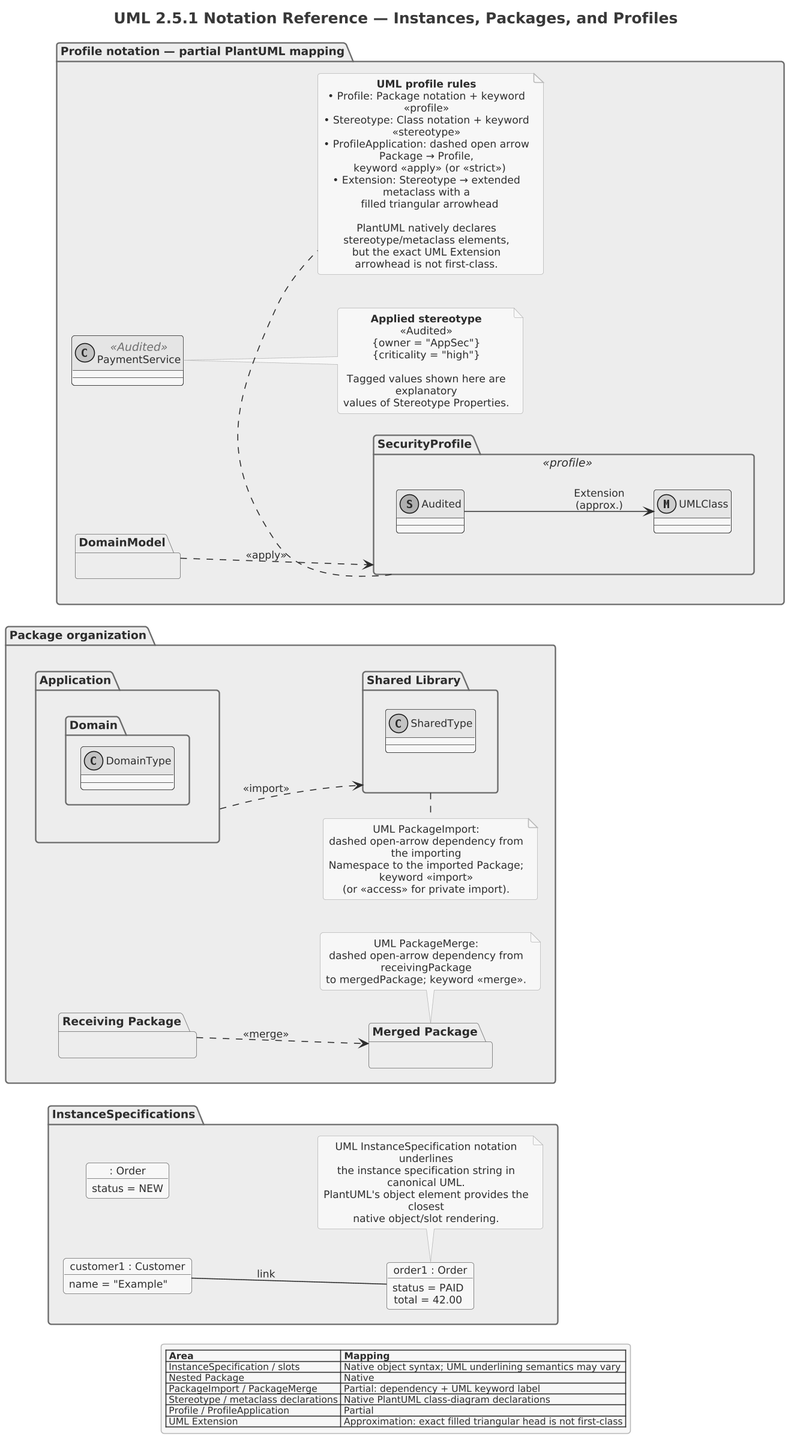
Earlier version of the PlantUML export src/architecture/uml/uml-2-5-1-legend/png/02-instances-packages-profiles.png (Notoriousjayy/latex-docs). Source of this version:
```plantuml
@startuml

skinparam dpi 150



!include ../../../../tooling/styles/plantuml/structural/package-diagram-style.iuml

title UML 2.5.1 Notation Reference — Instances, Packages, and Profiles
left to right direction
skinparam monochrome true
skinparam classAttributeIconSize 0

package "InstanceSpecifications" {
  object "order1 : Order" as order1 {
    status = PAID
    total = 42.00
  }

  object ": Order" as anonymousOrder {
    status = NEW
  }

  object "customer1 : Customer" as customer1 {
    name = "Example"
  }

  customer1 -- order1 : link

  note bottom of order1
    UML InstanceSpecification notation underlines
    the instance specification string in canonical UML.
    PlantUML's object element provides the closest
    native object/slot rendering.
  end note
}

package "Package organization" {
  package "Application" as Application {
    package "Domain" as DomainPackage {
      class DomainType
    }
  }

  package "Shared Library" as SharedLibrary {
    class SharedType
  }

  package "Receiving Package" as ReceivingPackage {

  }
  package "Merged Package" as MergedPackage {
  }
  Application ..> SharedLibrary : <<import>>
  ReceivingPackage ..> MergedPackage : <<merge>>

  note bottom of SharedLibrary
    UML PackageImport:
    dashed open-arrow dependency from the importing
    Namespace to the imported Package; keyword «import»
    (or «access» for private import).
  end note

  note bottom of MergedPackage
    UML PackageMerge:
    dashed open-arrow dependency from receivingPackage
    to mergedPackage; keyword «merge».
  end note
}

package "Profile notation — partial PlantUML mapping" {
  package "SecurityProfile" as SecurityProfile <<profile>> {
    stereotype Audited
    metaclass UMLClass
  }

  package "DomainModel" as DomainModel {

  }
  class "PaymentService" as PaymentService <<Audited>>

  DomainModel ..> SecurityProfile : <<apply>>

  Audited --> UMLClass : Extension\n(approx.)

  note right of PaymentService
    <b>Applied stereotype</b>
    «Audited»
    {owner = "AppSec"}
    {criticality = "high"}

    Tagged values shown here are explanatory
    values of Stereotype Properties.
  end note

  note bottom of SecurityProfile
    <b>UML profile rules</b>
    • Profile: Package notation + keyword «profile»
    • Stereotype: Class notation + keyword «stereotype»
    • ProfileApplication: dashed open arrow Package → Profile,
      keyword «apply» (or «strict»)
    • Extension: Stereotype → extended metaclass with a
      filled triangular arrowhead

    PlantUML natively declares stereotype/metaclass elements,
    but the exact UML Extension arrowhead is not first-class.
  end note
}

legend
  |= Area |= Mapping |
  | InstanceSpecification / slots | Native object syntax; UML underlining semantics may vary |
  | Nested Package | Native |
  | PackageImport / PackageMerge | Partial: dependency + UML keyword label |
  | Stereotype / metaclass declarations | Native PlantUML class-diagram declarations |
  | Profile / ProfileApplication | Partial |
  | UML Extension | Approximation: exact filled triangular head is not first-class |
endlegend
@enduml
```
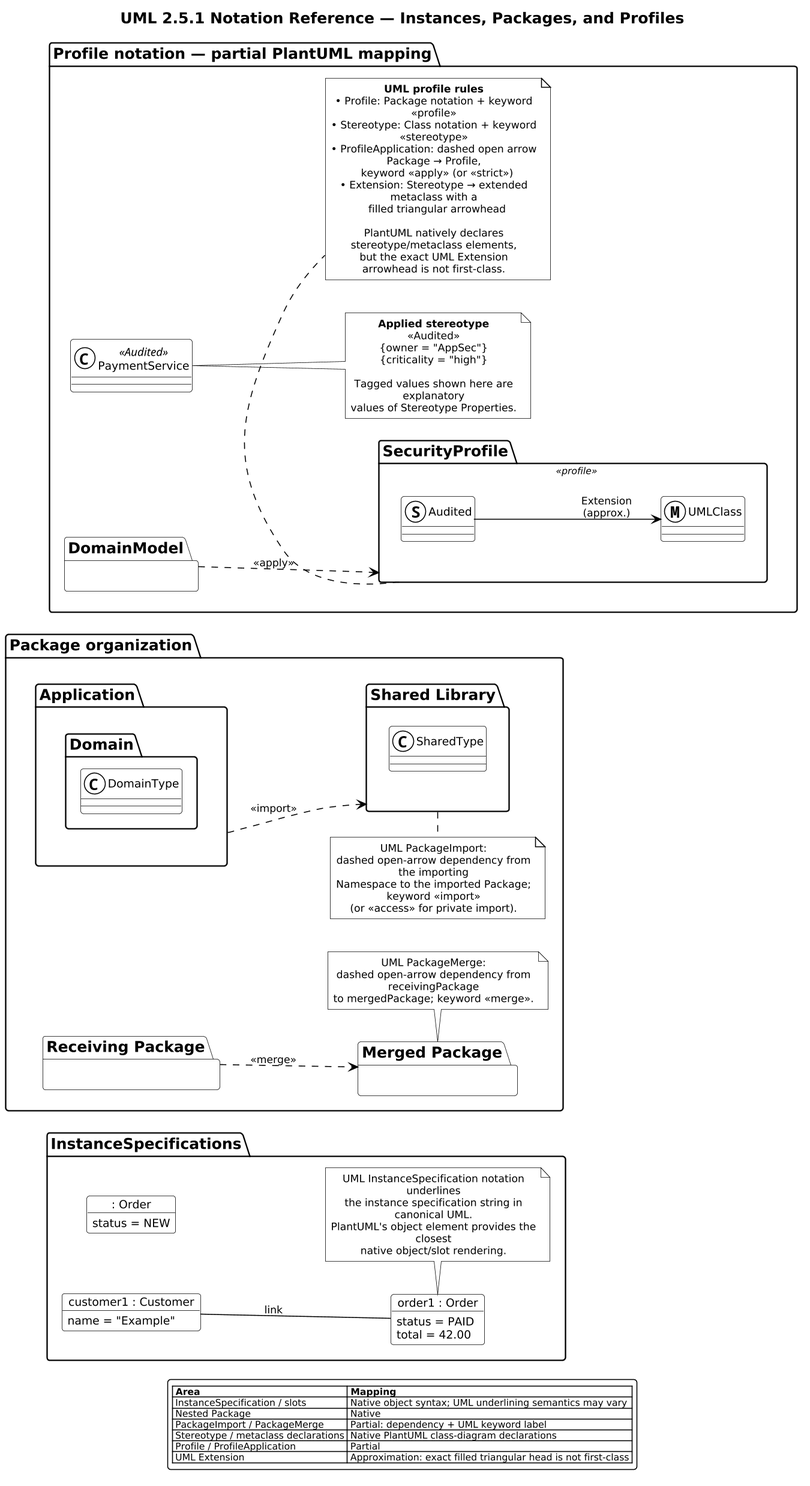
After the change.

What changed in the source:
```diff
@@ -1,6 +1,6 @@
 @startuml
 
-skinparam dpi 150
+scale 1.5625
 
 
 
@@ -8,8 +8,7 @@
 
 title UML 2.5.1 Notation Reference — Instances, Packages, and Profiles
 left to right direction
-skinparam monochrome true
-skinparam classAttributeIconSize 0
+UML_MONOCHROME()
 
 package "InstanceSpecifications" {
   object "order1 : Order" as order1 {
```
